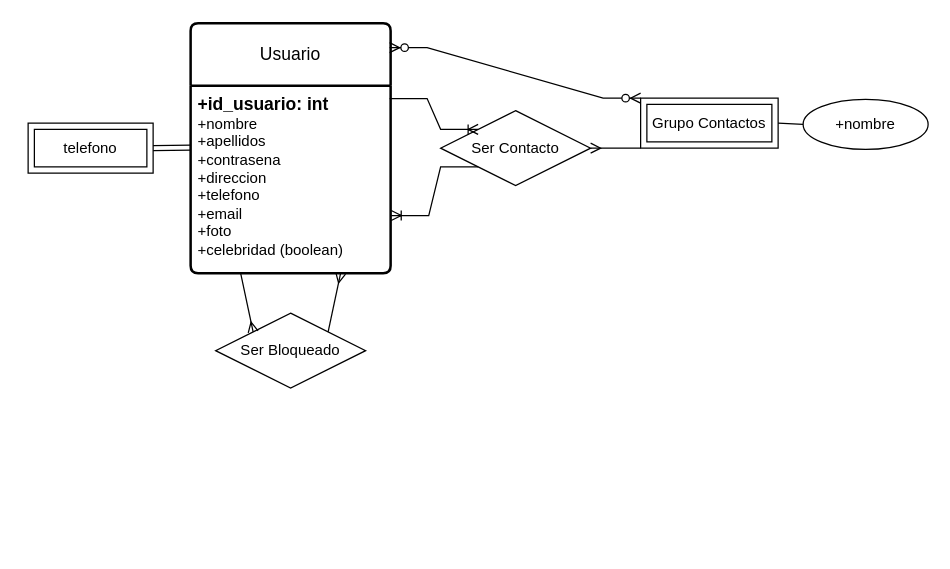
The draw.io diagram ejercicio14.drawio in AsierGArranz/aga-sru-sa-t-UD12DiagramaER-11102023, before the edit. Source tidied: cells renumbered, new cells numbered last; positions are measured from the earlier drawing's top-left corner, leaving out a move shared by most shapes. Both pictures are drawn from the tidied source at 125%, with x=0, y=0 at pixel (28, 22).
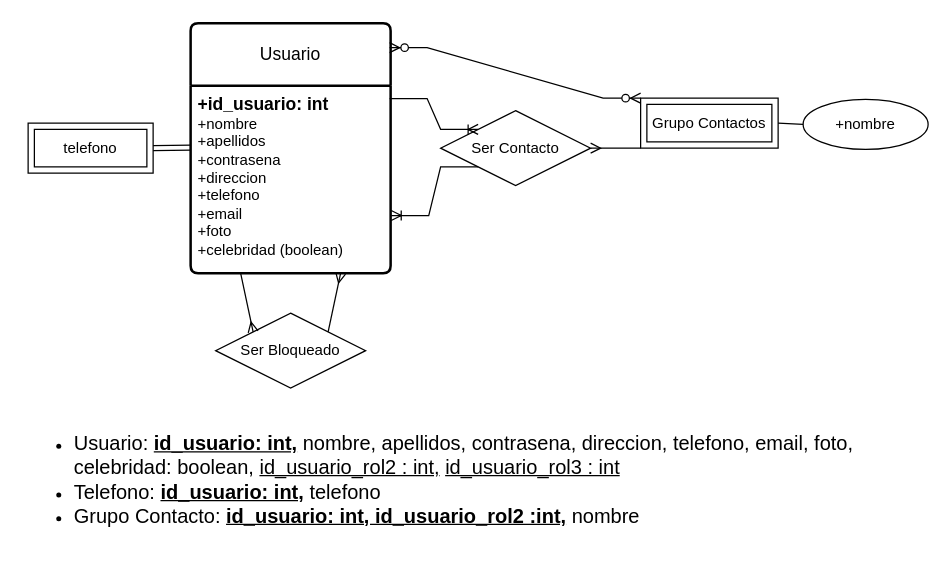
After the change.

The edit, as a diff of the source:
```diff
@@
 <mxGraphModel>
   <root>
     <mxCell id="0" />
     <mxCell id="1" parent="0" />
     <mxCell id="2" value="Usuario" style="swimlane;horizontal=1;startSize=50;rounded=1;fontSize=14;fontStyle=0;strokeWidth=2;shadow=0;dashed=0;align=center;arcSize=4;whiteSpace=wrap;html=1;" parent="1" vertex="1">
       <mxGeometry x="130" width="160" height="200" as="geometry" />
     </mxCell>
     <mxCell id="3" value="&lt;font style=&quot;font-size: 14px;&quot;&gt;&lt;b&gt;+id_usuario: int&lt;/b&gt;&lt;/font&gt;&lt;br style=&quot;border-color: var(--border-color);&quot;&gt;+nombre&lt;br style=&quot;border-color: var(--border-color);&quot;&gt;+apellidos&lt;br style=&quot;border-color: var(--border-color);&quot;&gt;+contrasena&lt;br style=&quot;border-color: var(--border-color);&quot;&gt;+direccion&lt;br style=&quot;border-color: var(--border-color);&quot;&gt;+telefono&lt;br style=&quot;border-color: var(--border-color);&quot;&gt;+email&lt;br style=&quot;border-color: var(--border-color);&quot;&gt;+foto&lt;br&gt;+celebridad (boolean)" style="align=left;strokeColor=none;fillColor=none;spacingLeft=4;fontSize=12;verticalAlign=top;html=1;" parent="2" vertex="1">
       <mxGeometry y="50" width="160" height="150" as="geometry" />
     </mxCell>
     <mxCell id="4" value="telefono" style="shape=ext;margin=3;double=1;whiteSpace=wrap;html=1;align=center;" parent="1" vertex="1">
       <mxGeometry y="80" width="100" height="40" as="geometry" />
     </mxCell>
     <mxCell id="5" style="shape=link;html=1;rounded=0;exitX=1;exitY=0.5;exitDx=0;exitDy=0;entryX=0;entryY=0.331;entryDx=0;entryDy=0;entryPerimeter=0;" parent="1" edge="1" source="4" target="3">
       <mxGeometry relative="1" as="geometry" />
     </mxCell>
     <mxCell id="6" value="Ser Contacto" style="shape=rhombus;perimeter=rhombusPerimeter;whiteSpace=wrap;html=1;align=center;" parent="1" vertex="1">
       <mxGeometry x="330" y="70" width="120" height="60" as="geometry" />
     </mxCell>
     <mxCell id="7" style="edgeStyle=entityRelationEdgeStyle;fontSize=12;html=1;endArrow=ERoneToMany;rounded=0;exitX=0.995;exitY=0.069;exitDx=0;exitDy=0;entryX=0;entryY=0;entryDx=0;entryDy=0;exitPerimeter=0;" parent="1" edge="1" source="3" target="6">
       <mxGeometry relative="1" as="geometry" />
     </mxCell>
     <mxCell id="8" style="edgeStyle=entityRelationEdgeStyle;fontSize=12;html=1;endArrow=ERoneToMany;rounded=0;entryX=1.003;entryY=0.693;entryDx=0;entryDy=0;entryPerimeter=0;exitX=0;exitY=1;exitDx=0;exitDy=0;" parent="1" edge="1" source="6" target="3">
       <mxGeometry relative="1" as="geometry" />
     </mxCell>
     <mxCell id="9" value="Grupo Contactos" style="shape=ext;margin=3;double=1;whiteSpace=wrap;html=1;align=center;" parent="1" vertex="1">
       <mxGeometry x="490" y="60" width="110" height="40" as="geometry" />
     </mxCell>
     <mxCell id="10" value="+nombre" style="ellipse;whiteSpace=wrap;html=1;align=center;" parent="1" vertex="1">
       <mxGeometry x="620" y="61" width="100" height="40" as="geometry" />
     </mxCell>
     <mxCell id="11" style="endArrow=none;html=1;rounded=0;entryX=0;entryY=0.5;entryDx=0;entryDy=0;exitX=1;exitY=0.5;exitDx=0;exitDy=0;" parent="1" edge="1" source="9" target="10">
       <mxGeometry relative="1" as="geometry" />
     </mxCell>
     <mxCell id="12" style="edgeStyle=entityRelationEdgeStyle;fontSize=12;html=1;endArrow=ERzeroToMany;endFill=1;startArrow=ERzeroToMany;rounded=0;exitX=0.995;exitY=0.098;exitDx=0;exitDy=0;exitPerimeter=0;entryX=0;entryY=0;entryDx=0;entryDy=0;" parent="1" edge="1" source="2" target="9">
       <mxGeometry relative="1" as="geometry" />
     </mxCell>
     <mxCell id="13" style="edgeStyle=entityRelationEdgeStyle;fontSize=12;html=1;endArrow=ERmany;rounded=0;exitX=0;exitY=1;exitDx=0;exitDy=0;" parent="1" edge="1" source="9" target="6">
       <mxGeometry relative="1" as="geometry" />
     </mxCell>
     <mxCell id="14" value="Ser Bloqueado" style="shape=rhombus;perimeter=rhombusPerimeter;whiteSpace=wrap;html=1;align=center;" parent="1" vertex="1">
       <mxGeometry x="150" y="232" width="120" height="60" as="geometry" />
     </mxCell>
     <mxCell id="15" style="fontSize=12;html=1;endArrow=ERmany;rounded=0;entryX=0;entryY=0;entryDx=0;entryDy=0;exitX=0.25;exitY=1;exitDx=0;exitDy=0;" parent="1" edge="1" source="3" target="14">
       <mxGeometry relative="1" as="geometry" />
     </mxCell>
     <mxCell id="16" style="fontSize=12;html=1;endArrow=ERmany;rounded=0;entryX=0.75;entryY=1;entryDx=0;entryDy=0;exitX=1;exitY=0;exitDx=0;exitDy=0;" parent="1" edge="1" source="14" target="3">
       <mxGeometry relative="1" as="geometry" />
     </mxCell>
+    <mxCell id="17" value="&lt;ul&gt;&lt;li&gt;&lt;font size=&quot;3&quot;&gt;Usuario: &lt;u style=&quot;font-weight: bold;&quot;&gt;id_usuario: int,&lt;/u&gt;&amp;nbsp;nombre, apellidos, contrasena, direccion, telefono, email, foto, celebridad: boolean, &lt;u&gt;id_usuario_rol2 : int,&lt;/u&gt;&amp;nbsp;&lt;u&gt;id_usuario_rol3 : int&lt;/u&gt;&lt;/font&gt;&lt;/li&gt;&lt;li&gt;&lt;font size=&quot;3&quot;&gt;Telefono: &lt;u style=&quot;font-weight: bold;&quot;&gt;id_usuario: int,&lt;/u&gt;&amp;nbsp;telefono&lt;/font&gt;&lt;/li&gt;&lt;li&gt;&lt;font size=&quot;3&quot;&gt;Grupo Contacto: &lt;u style=&quot;font-weight: bold;&quot;&gt;id_usuario: int, id_usuario_rol2 :int,&lt;/u&gt;&amp;nbsp;nombre&lt;/font&gt;&lt;/li&gt;&lt;/ul&gt;" style="text;strokeColor=none;fillColor=none;html=1;whiteSpace=wrap;verticalAlign=middle;overflow=hidden;" parent="1" vertex="1">
+      <mxGeometry x="-5" y="310" width="720" height="110" as="geometry" />
+    </mxCell>
   </root>
 </mxGraphModel>
```
